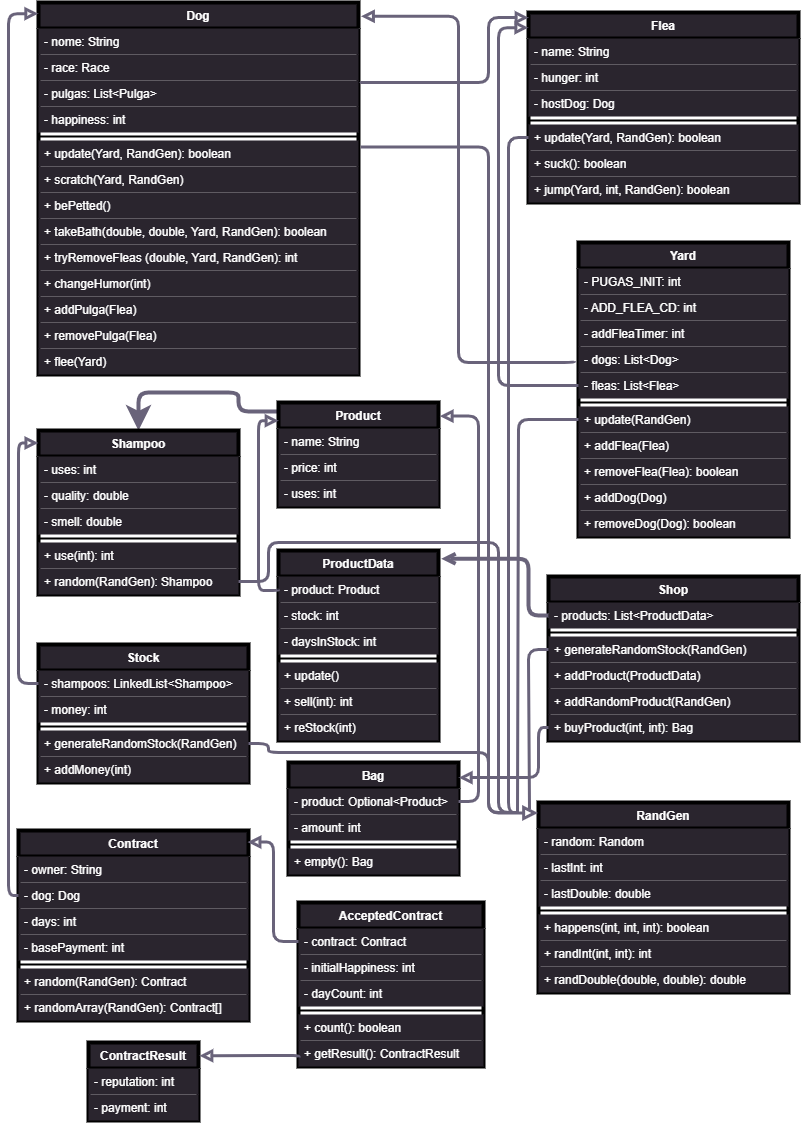
paulo-granthon/bertoti keeps this draw.io diagram as Engenharia de Software/pulgas/docs/pulgas_uml.png. Above is the earlier version. Source tidied: cells renumbered, new cells last; positions are measured from the earlier drawing's top-left corner, leaving out a move shared by most shapes.
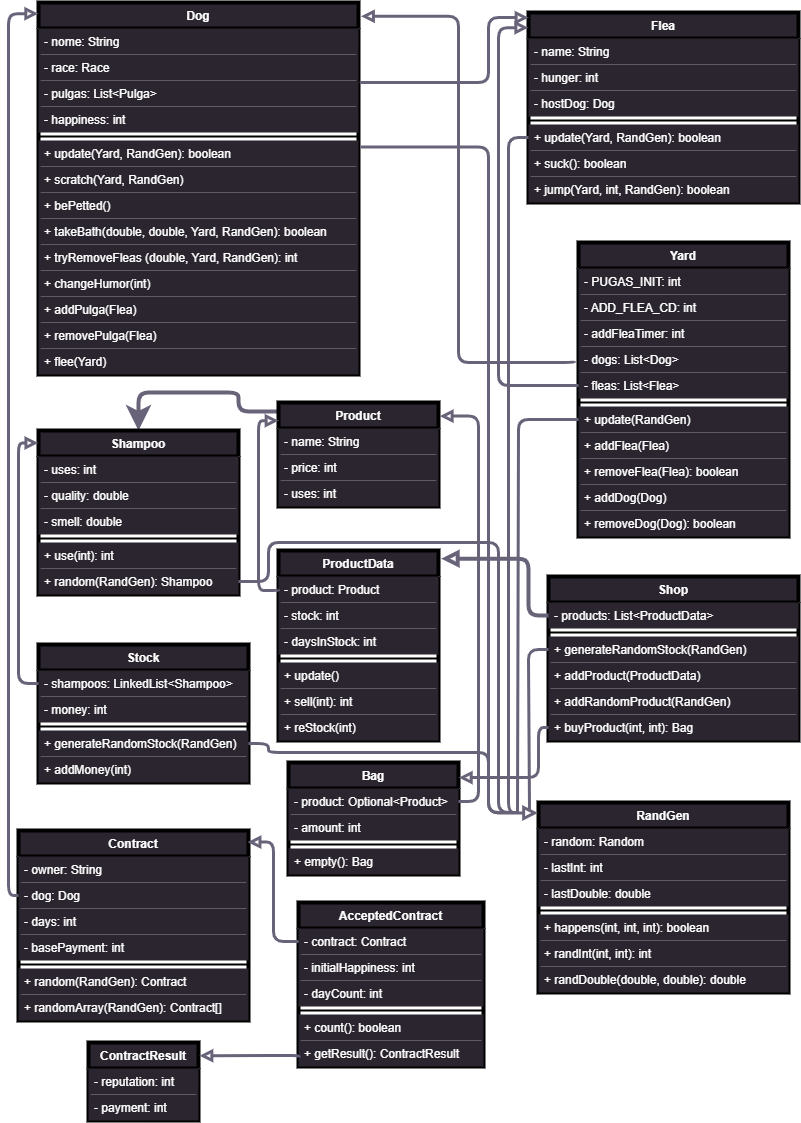
After the change.

The edit, as a diff of the source:
```diff
@@ -377,7 +377,7 @@
         </Array>
       </mxGeometry>
     </mxCell>
-    <mxCell id="110" style="edgeStyle=orthogonalEdgeStyle;rounded=1;jettySize=auto;endArrow=open;endFill=0;entryX=1.017;entryY=0.043;entryDx=0;entryDy=0;entryPerimeter=0;strokeWidth=4;shadow=0;labelBackgroundColor=none;fontColor=#FFFFFF;labelBorderColor=none;backgroundOutline=0;enumerate=0;comic=0;snapToPoint=1;fixDash=0;swimlaneLine=1;strokeColor=#69637A;" parent="1" edge="1" source="61" target="17">
+    <mxCell id="110" style="edgeStyle=orthogonalEdgeStyle;rounded=1;jettySize=auto;endArrow=block;endFill=0;entryX=1.017;entryY=0.043;entryDx=0;entryDy=0;entryPerimeter=0;strokeWidth=4;shadow=0;labelBackgroundColor=none;fontColor=#FFFFFF;labelBorderColor=none;backgroundOutline=0;enumerate=0;comic=0;snapToPoint=1;fixDash=0;swimlaneLine=1;strokeColor=#69637A;jumpSize=6;endSize=8;" parent="1" edge="1" source="61" target="17">
       <mxGeometry relative="1" as="geometry">
         <Array as="points">
           <mxPoint x="520" y="613" />
```
